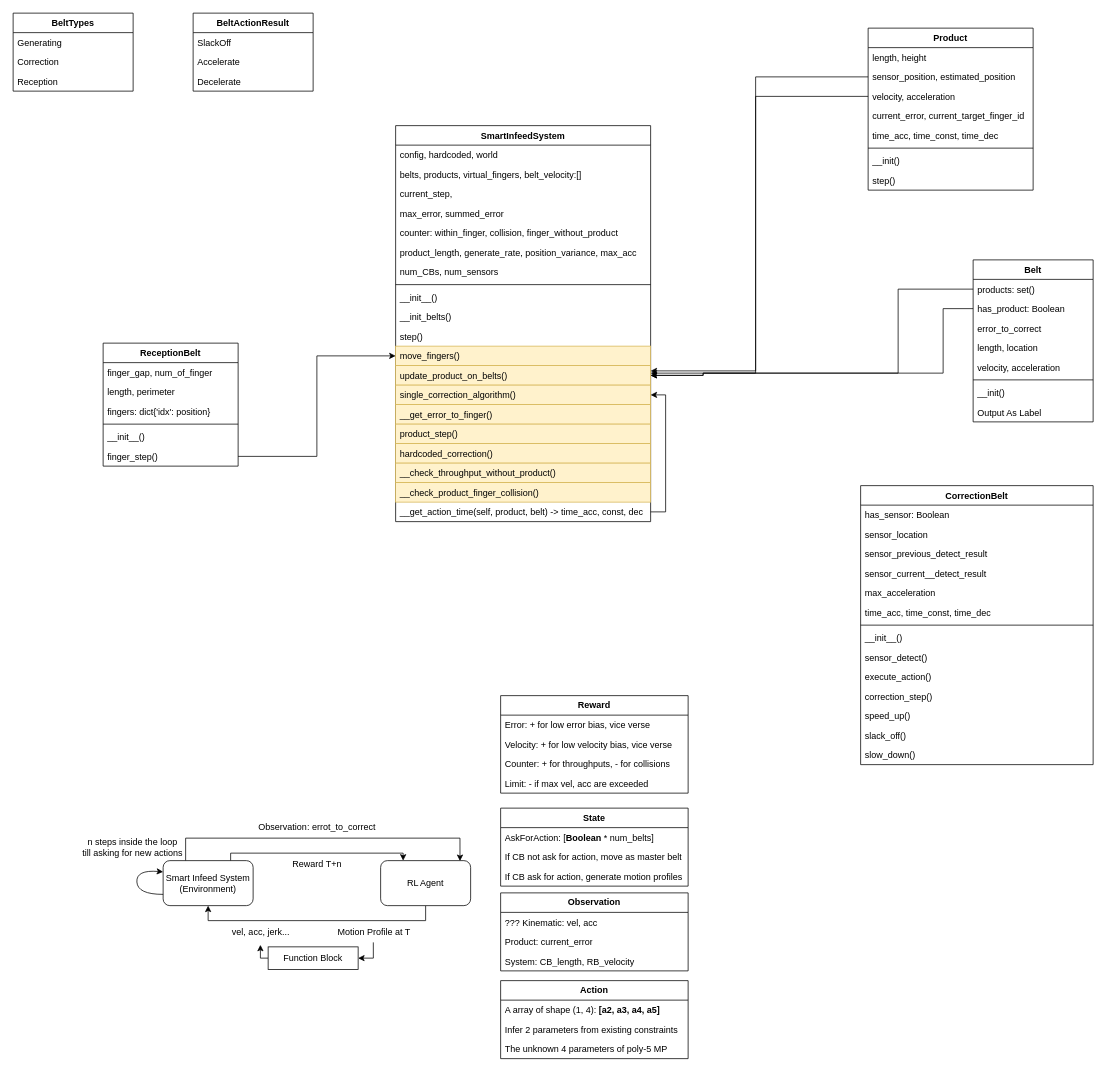
Above: SmartInfeedSystem.drawio in RiemannLee19/UMLs (draw.io), before the change. Source tidied: cells renumbered, new cells numbered last; positions are measured from the earlier drawing's top-left corner, leaving out a move shared by most shapes. Both pictures are drawn from the tidied source at 75%, with x=0, y=0 at pixel (13, 13).
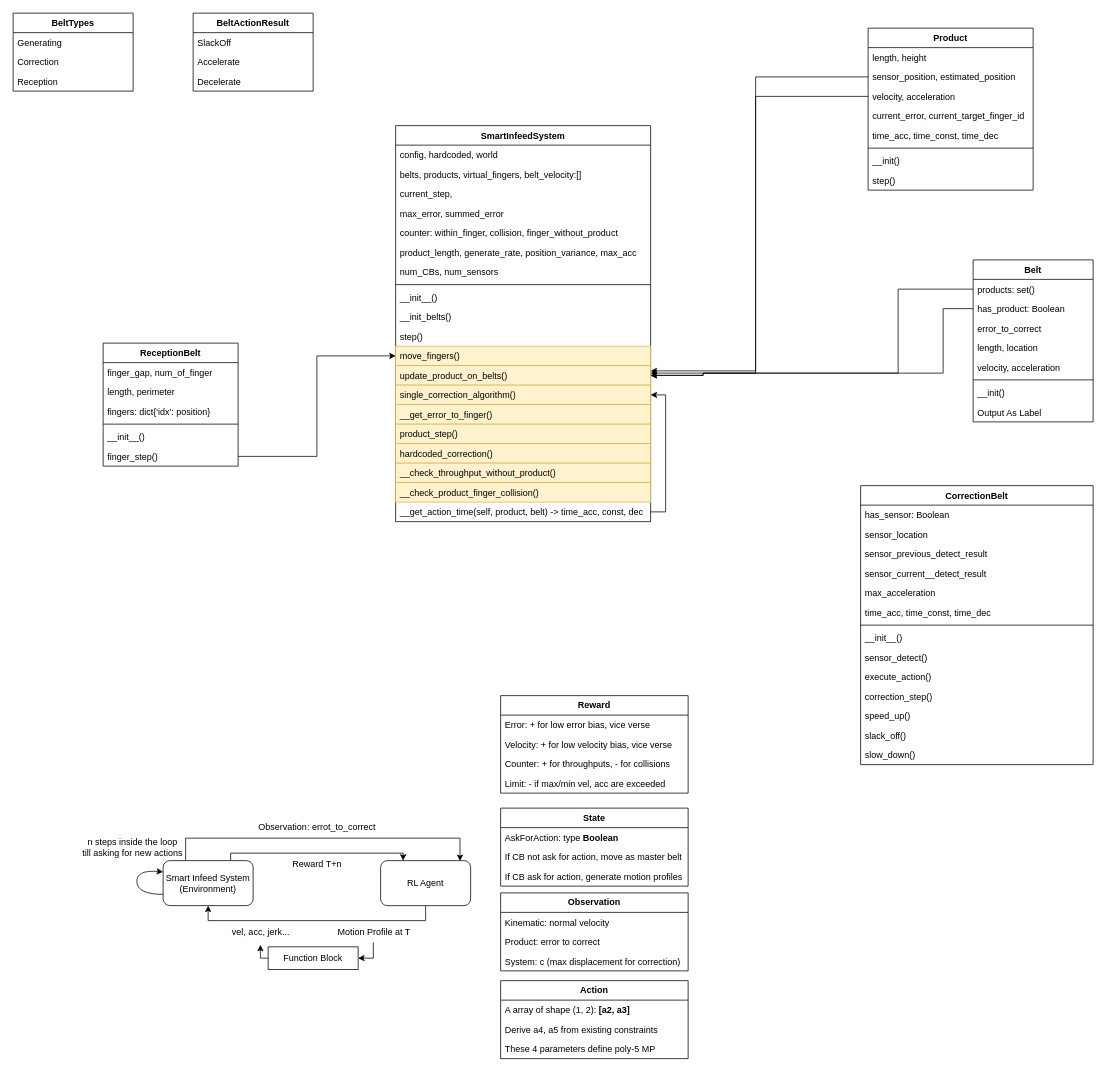
The same diagram, later.

The change refers to these unchanged cells:
```xml
<mxCell id="86" value="&lt;b&gt;Observation&lt;/b&gt;" style="swimlane;fontStyle=0;horizontal=1;startSize=26;fillColor=none;whiteSpace=wrap;html=1;" parent="1" vertex="1">
  <mxGeometry x="650" y="1173" width="250" height="104" as="geometry" />
</mxCell>
<mxCell id="90" value="&lt;b&gt;Reward&lt;/b&gt;" style="swimlane;fontStyle=0;horizontal=1;startSize=26;fillColor=none;whiteSpace=wrap;html=1;" parent="1" vertex="1">
  <mxGeometry x="650" y="910" width="250" height="130" as="geometry" />
</mxCell>
<mxCell id="96" value="&lt;b&gt;State&lt;/b&gt;" style="swimlane;fontStyle=0;horizontal=1;startSize=26;fillColor=none;whiteSpace=wrap;html=1;" parent="1" vertex="1">
  <mxGeometry x="650" y="1060" width="250" height="104" as="geometry" />
</mxCell>
<mxCell id="100" value="&lt;b&gt;Action&lt;/b&gt;" style="swimlane;fontStyle=0;horizontal=1;startSize=26;fillColor=none;whiteSpace=wrap;html=1;swimlaneFillColor=default;" parent="1" vertex="1">
  <mxGeometry x="650" y="1290" width="250" height="104" as="geometry" />
</mxCell>
```

Diff of the diagram source:
```diff
@@
-    <mxCell id="87" value="??? Kinematic: vel, acc" style="text;strokeColor=none;fillColor=none;align=left;verticalAlign=top;spacingLeft=4;spacingRight=4;overflow=hidden;whiteSpace=wrap;html=1;" parent="86" vertex="1">
+    <mxCell id="87" value="Kinematic: normal velocity" style="text;strokeColor=none;fillColor=none;align=left;verticalAlign=top;spacingLeft=4;spacingRight=4;overflow=hidden;whiteSpace=wrap;html=1;" parent="86" vertex="1">
       <mxGeometry y="26" width="250" height="26" as="geometry" />
     </mxCell>
-    <mxCell id="88" value="Product: current_error" style="text;strokeColor=none;fillColor=none;align=left;verticalAlign=top;spacingLeft=4;spacingRight=4;overflow=hidden;whiteSpace=wrap;html=1;" parent="86" vertex="1">
+    <mxCell id="88" value="Product: error to correct" style="text;strokeColor=none;fillColor=none;align=left;verticalAlign=top;spacingLeft=4;spacingRight=4;overflow=hidden;whiteSpace=wrap;html=1;" parent="86" vertex="1">
       <mxGeometry y="52" width="250" height="26" as="geometry" />
     </mxCell>
-    <mxCell id="89" value="System: CB_length, RB_velocity" style="text;strokeColor=none;fillColor=none;align=left;verticalAlign=top;spacingLeft=4;spacingRight=4;overflow=hidden;whiteSpace=wrap;html=1;" parent="86" vertex="1">
+    <mxCell id="89" value="System: c (max displacement for correction)" style="text;strokeColor=none;fillColor=none;align=left;verticalAlign=top;spacingLeft=4;spacingRight=4;overflow=hidden;whiteSpace=wrap;html=1;" parent="86" vertex="1">
       <mxGeometry y="78" width="250" height="26" as="geometry" />
     </mxCell>
@@
-    <mxCell id="94" value="Limit: - if max vel, acc are exceeded" style="text;strokeColor=none;fillColor=none;align=left;verticalAlign=top;spacingLeft=4;spacingRight=4;overflow=hidden;whiteSpace=wrap;html=1;" parent="90" vertex="1">
+    <mxCell id="94" value="Limit: - if max/min vel, acc are exceeded" style="text;strokeColor=none;fillColor=none;align=left;verticalAlign=top;spacingLeft=4;spacingRight=4;overflow=hidden;whiteSpace=wrap;html=1;" parent="90" vertex="1">
       <mxGeometry y="104" width="250" height="26" as="geometry" />
     </mxCell>
@@
-    <mxCell id="97" value="AskForAction: [&lt;b&gt;Boolean &lt;/b&gt;* num_belts]" style="text;strokeColor=none;fillColor=none;align=left;verticalAlign=top;spacingLeft=4;spacingRight=4;overflow=hidden;whiteSpace=wrap;html=1;" parent="96" vertex="1">
+    <mxCell id="97" value="AskForAction: type&amp;nbsp;&lt;b&gt;Boolean&lt;/b&gt;" style="text;strokeColor=none;fillColor=none;align=left;verticalAlign=top;spacingLeft=4;spacingRight=4;overflow=hidden;whiteSpace=wrap;html=1;" parent="96" vertex="1">
       <mxGeometry y="26" width="250" height="26" as="geometry" />
     </mxCell>
@@
-    <mxCell id="101" value="A array of shape (1, 4): &lt;b&gt;[a2, a3, a4, a5]&lt;/b&gt;" style="text;strokeColor=none;fillColor=none;align=left;verticalAlign=top;spacingLeft=4;spacingRight=4;overflow=hidden;whiteSpace=wrap;html=1;" parent="100" vertex="1">
+    <mxCell id="101" value="A array of shape (1, 2): &lt;b&gt;[a2, a3]&lt;/b&gt;" style="text;strokeColor=none;fillColor=none;align=left;verticalAlign=top;spacingLeft=4;spacingRight=4;overflow=hidden;whiteSpace=wrap;html=1;" parent="100" vertex="1">
       <mxGeometry y="26" width="250" height="26" as="geometry" />
     </mxCell>
-    <mxCell id="102" value="Infer 2 parameters from existing constraints" style="text;strokeColor=none;fillColor=none;align=left;verticalAlign=top;spacingLeft=4;spacingRight=4;overflow=hidden;whiteSpace=wrap;html=1;" parent="100" vertex="1">
+    <mxCell id="102" value="Derive a4, a5 from existing constraints" style="text;strokeColor=none;fillColor=none;align=left;verticalAlign=top;spacingLeft=4;spacingRight=4;overflow=hidden;whiteSpace=wrap;html=1;" parent="100" vertex="1">
       <mxGeometry y="52" width="250" height="26" as="geometry" />
     </mxCell>
-    <mxCell id="103" value="The unknown 4 parameters of poly-5 MP" style="text;strokeColor=none;fillColor=none;align=left;verticalAlign=top;spacingLeft=4;spacingRight=4;overflow=hidden;whiteSpace=wrap;html=1;" parent="100" vertex="1">
+    <mxCell id="103" value="These 4 parameters define poly-5 MP" style="text;strokeColor=none;fillColor=none;align=left;verticalAlign=top;spacingLeft=4;spacingRight=4;overflow=hidden;whiteSpace=wrap;html=1;" parent="100" vertex="1">
       <mxGeometry y="78" width="250" height="26" as="geometry" />
     </mxCell>
```
